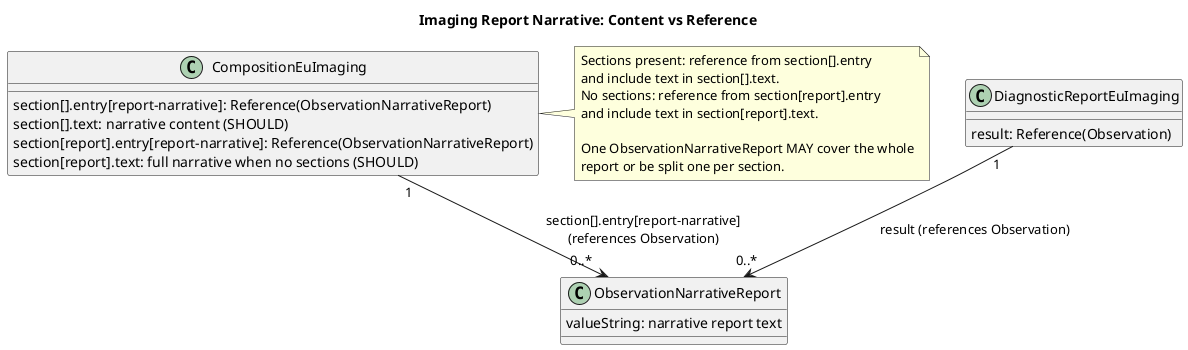
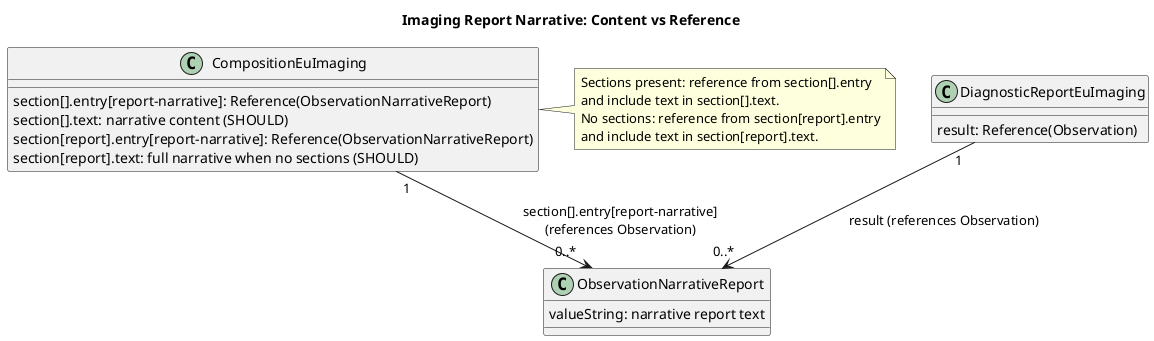
@startuml
title Imaging Report Narrative: Content vs Reference

skinparam classAttributeIconSize 0

class "ObservationNarrativeReport" as ONR {
	valueString: narrative report text
}

class "DiagnosticReportEuImaging" as DR {
	result: Reference(Observation)
}

class "CompositionEuImaging" as COMP {
	section[].entry[report-narrative]: Reference(ObservationNarrativeReport)
	section[].text: narrative content (SHOULD)
	section[report].entry[report-narrative]: Reference(ObservationNarrativeReport)
	section[report].text: full narrative when no sections (SHOULD)
}

DR "1" --> "0..*" ONR : result (references Observation)
COMP "1" --> "0..*" ONR : section[].entry[report-narrative]\n(references Observation)

note right of COMP
Sections present: reference from section[].entry
and include text in section[].text.
No sections: reference from section[report].entry
and include text in section[report].text.
- 
- One ObservationNarrativeReport MAY cover the whole
- report or be split one per section.
end note

@enduml